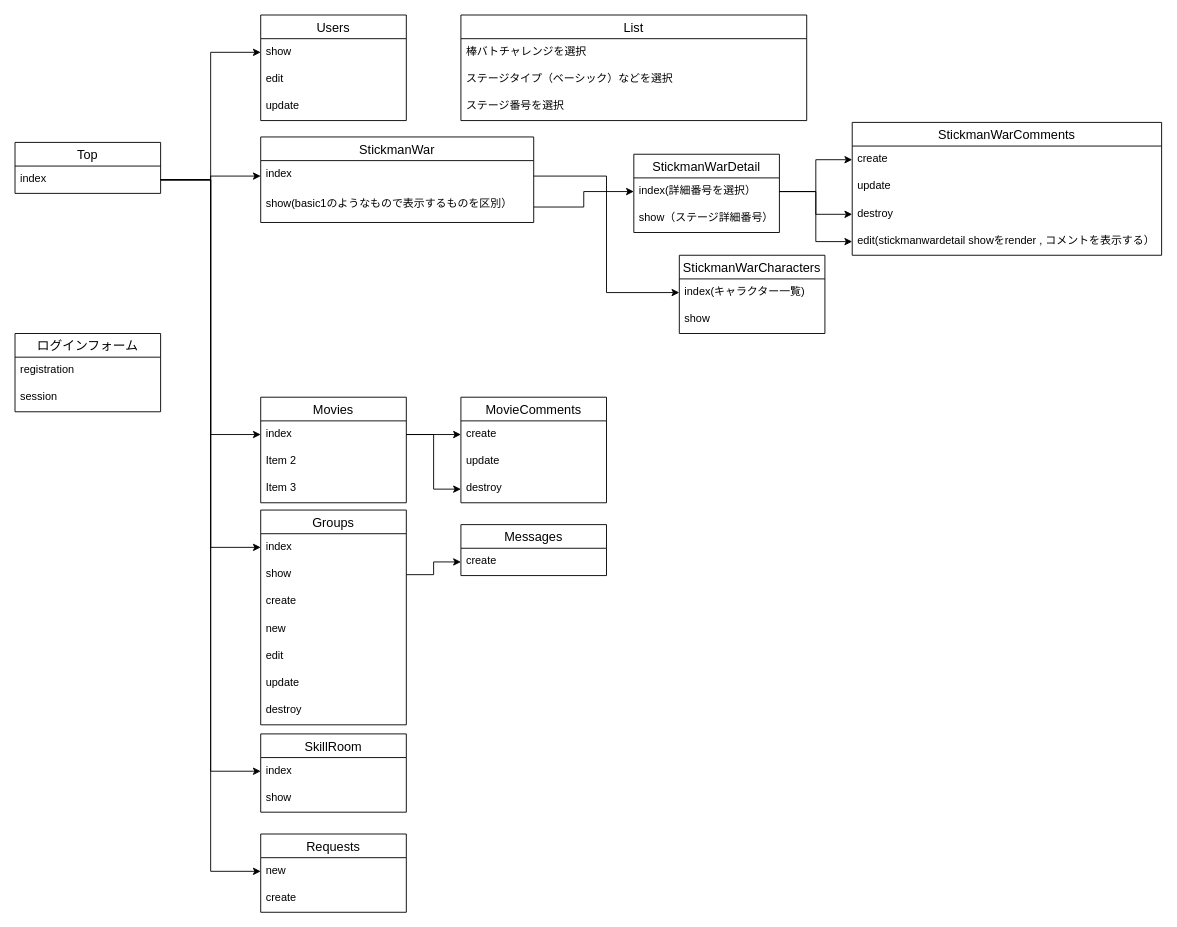
This is flow.dio from runba3011/runba_home, a draw.io file, before an edit. Source tidied: cells renumbered, new cells numbered last; positions are measured from the earlier drawing's top-left corner, leaving out a move shared by most shapes. Both pictures are drawn from the tidied source at 91%, with x=0, y=0 at pixel (15, 15).
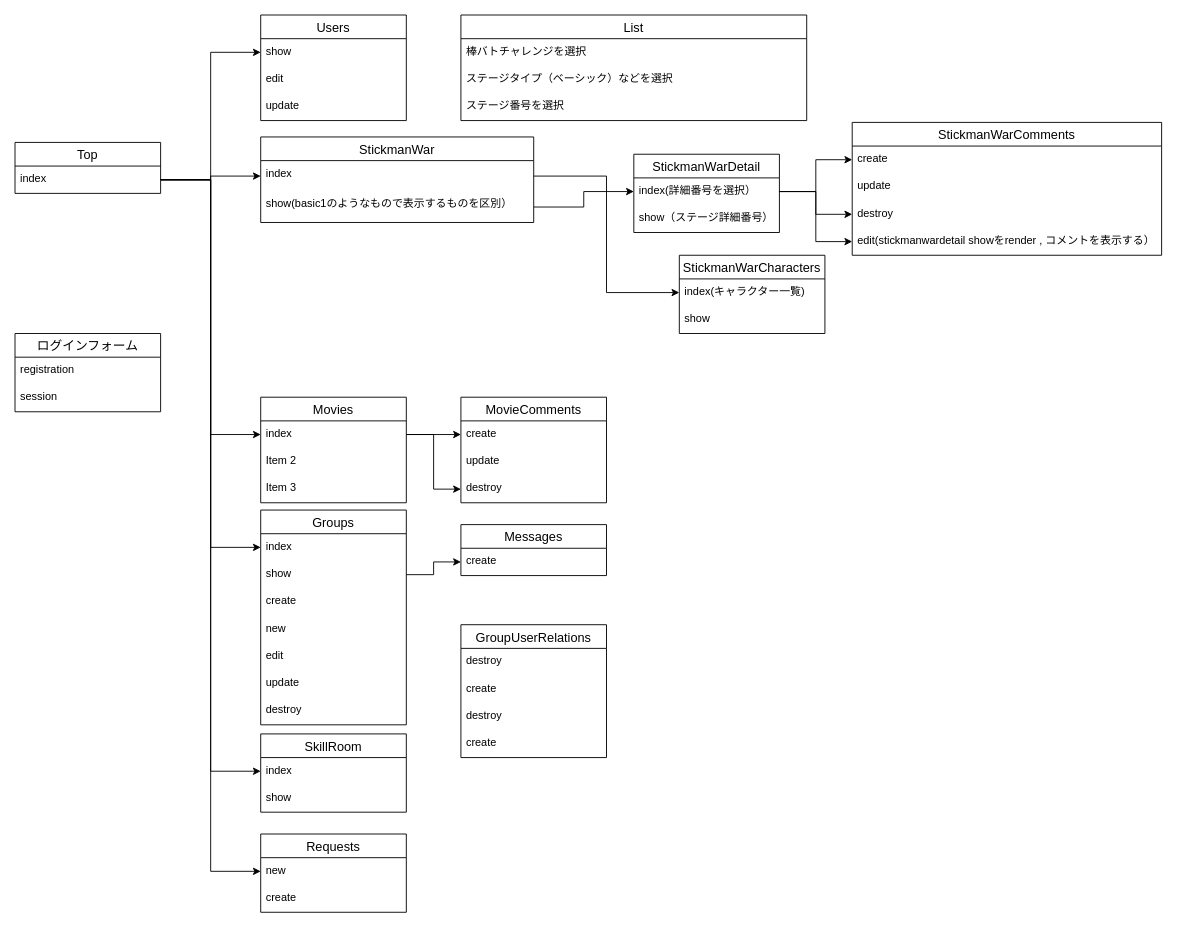
The same page after the edit.

Commit message:
フロー図の修正

The edit, as a diff of the source:
```diff
@@
+    <mxCell id="67" value="GroupUserRelations" style="swimlane;fontStyle=0;horizontal=1;startSize=26;align=center;fontSize=14;" parent="1" vertex="1">
+      <mxGeometry x="490" y="670" width="160" height="146" as="geometry" />
+    </mxCell>
+    <mxCell id="68" value="destroy" style="text;strokeColor=none;fillColor=none;spacingLeft=4;spacingRight=4;overflow=hidden;fontSize=12;" parent="67" vertex="1">
+      <mxGeometry y="26" width="160" height="30" as="geometry" />
+    </mxCell>
+    <mxCell id="69" value="create" style="text;strokeColor=none;fillColor=none;spacingLeft=4;spacingRight=4;overflow=hidden;fontSize=12;" parent="67" vertex="1">
+      <mxGeometry y="56" width="160" height="30" as="geometry" />
+    </mxCell>
+    <mxCell id="70" value="destroy" style="text;strokeColor=none;fillColor=none;spacingLeft=4;spacingRight=4;overflow=hidden;fontSize=12;" parent="67" vertex="1">
+      <mxGeometry y="86" width="160" height="30" as="geometry" />
+    </mxCell>
+    <mxCell id="71" value="create" style="text;strokeColor=none;fillColor=none;spacingLeft=4;spacingRight=4;overflow=hidden;fontSize=12;" parent="67" vertex="1">
+      <mxGeometry y="116" width="160" height="30" as="geometry" />
+    </mxCell>
```
